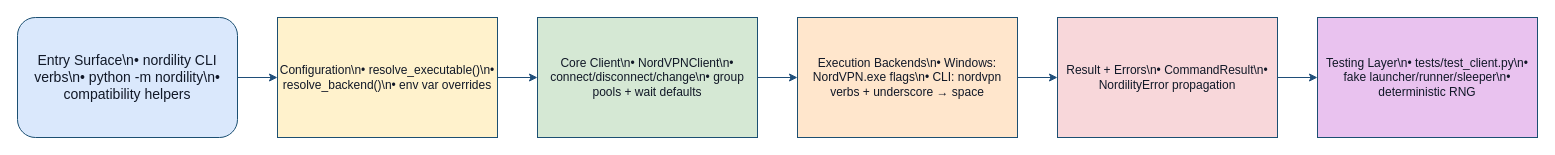
This is docs/diagrams/repo-architecture.drawio from casonk/nordility, a draw.io file, before an edit. Source tidied: cells renumbered, new cells numbered last; positions are measured from the earlier drawing's top-left corner, leaving out a move shared by most shapes. Both pictures are drawn from the tidied source at 100%, with x=0, y=0 at pixel (17, 17).
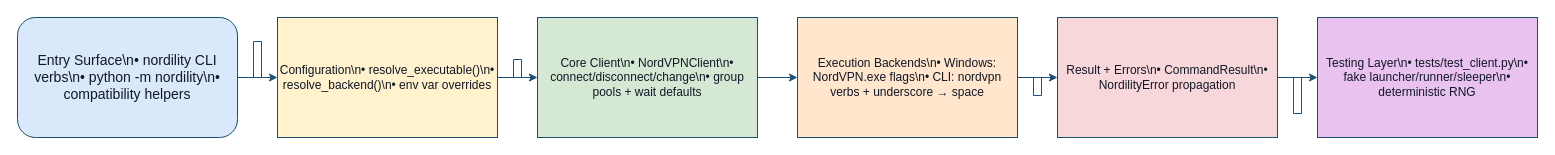
The same page after the edit.

Commit message (it also covers changes not shown here):
fix: refresh drawio architecture routes

The change refers to these unchanged cells:
```xml
<mxCell id="2" value="Entry Surface\n• nordility CLI verbs\n• python -m nordility\n• compatibility helpers" style="rounded=1;whiteSpace=wrap;html=1;fillColor=#DAE8FC;strokeColor=#1B4F72;fontColor=#111827;fontSize=14;" parent="1" vertex="1">
  <mxGeometry width="220" height="120" as="geometry" />
</mxCell>
<mxCell id="3" value="Configuration\n• resolve_executable()\n• resolve_backend()\n• env var overrides" style="rounded=0;whiteSpace=wrap;html=1;fillColor=#FFF2CC;strokeColor=#1B4F72;fontColor=#111827;fontSize=12;" parent="1" vertex="1">
  <mxGeometry x="260" width="220" height="120" as="geometry" />
</mxCell>
<mxCell id="4" value="Core Client\n• NordVPNClient\n• connect/disconnect/change\n• group pools + wait defaults" style="rounded=0;whiteSpace=wrap;html=1;fillColor=#D5E8D4;strokeColor=#1B4F72;fontColor=#111827;fontSize=12;" parent="1" vertex="1">
  <mxGeometry x="520" width="220" height="120" as="geometry" />
</mxCell>
<mxCell id="5" value="Execution Backends\n• Windows: NordVPN.exe flags\n• CLI: nordvpn verbs + underscore → space" style="rounded=0;whiteSpace=wrap;html=1;fillColor=#FFE6CC;strokeColor=#1B4F72;fontColor=#111827;fontSize=12;" parent="1" vertex="1">
  <mxGeometry x="780" width="220" height="120" as="geometry" />
</mxCell>
<mxCell id="6" value="Result + Errors\n• CommandResult\n• NordilityError propagation" style="rounded=0;whiteSpace=wrap;html=1;fillColor=#F8D7DA;strokeColor=#1B4F72;fontColor=#111827;fontSize=12;" parent="1" vertex="1">
  <mxGeometry x="1040" width="220" height="120" as="geometry" />
</mxCell>
<mxCell id="7" value="Testing Layer\n• tests/test_client.py\n• fake launcher/runner/sleeper\n• deterministic RNG" style="rounded=0;whiteSpace=wrap;html=1;fillColor=#E9C2EF;strokeColor=#1B4F72;fontColor=#111827;fontSize=12;" parent="1" vertex="1">
  <mxGeometry x="1300" width="220" height="120" as="geometry" />
</mxCell>
```

The edit, as a diff of the source:
```diff
@@
-    <mxCell id="8" style="edgeStyle=orthogonalEdgeStyle;rounded=0;jettySize=auto;html=1;strokeColor=#1F4E79;" parent="1" edge="1" source="2" target="3">
-      <mxGeometry relative="1" as="geometry" />
+    <mxCell id="8" style="edgeStyle=orthogonalEdgeStyle;rounded=0;jettySize=auto;html=1;strokeColor=#1F4E79;jumpStyle=arc;jumpSize=10;" parent="1" edge="1" source="2" target="3">
+      <mxGeometry relative="1" as="geometry">
+        <Array as="points">
+          <mxPoint x="244" y="60" />
+          <mxPoint x="244" y="24" />
+          <mxPoint x="236" y="24" />
+          <mxPoint x="236" y="60" />
+        </Array>
+      </mxGeometry>
     </mxCell>
-    <mxCell id="9" style="edgeStyle=orthogonalEdgeStyle;rounded=0;jettySize=auto;html=1;strokeColor=#1F4E79;" parent="1" edge="1" source="3" target="4">
-      <mxGeometry relative="1" as="geometry" />
+    <mxCell id="9" style="edgeStyle=orthogonalEdgeStyle;rounded=0;jettySize=auto;html=1;strokeColor=#1F4E79;jumpStyle=arc;jumpSize=10;" parent="1" edge="1" source="3" target="4">
+      <mxGeometry relative="1" as="geometry">
+        <Array as="points">
+          <mxPoint x="504" y="60" />
+          <mxPoint x="504" y="42" />
+          <mxPoint x="496" y="42" />
+          <mxPoint x="496" y="60" />
+        </Array>
+      </mxGeometry>
     </mxCell>
-    <mxCell id="10" style="edgeStyle=orthogonalEdgeStyle;rounded=0;jettySize=auto;html=1;strokeColor=#1F4E79;" parent="1" edge="1" source="4" target="5">
-      <mxGeometry relative="1" as="geometry" />
+    <mxCell id="10" style="edgeStyle=orthogonalEdgeStyle;rounded=0;jettySize=auto;html=1;strokeColor=#1F4E79;jumpStyle=arc;jumpSize=10;" parent="1" edge="1" source="4" target="5">
+      <mxGeometry relative="1" as="geometry">
+        <Array as="points">
+          <mxPoint x="764" y="60" />
+          <mxPoint x="756" y="60" />
+        </Array>
+      </mxGeometry>
     </mxCell>
-    <mxCell id="11" style="edgeStyle=orthogonalEdgeStyle;rounded=0;jettySize=auto;html=1;strokeColor=#1F4E79;" parent="1" edge="1" source="5" target="6">
-      <mxGeometry relative="1" as="geometry" />
+    <mxCell id="11" style="edgeStyle=orthogonalEdgeStyle;rounded=0;jettySize=auto;html=1;strokeColor=#1F4E79;jumpStyle=arc;jumpSize=10;" parent="1" edge="1" source="5" target="6">
+      <mxGeometry relative="1" as="geometry">
+        <Array as="points">
+          <mxPoint x="1024" y="60" />
+          <mxPoint x="1024" y="78" />
+          <mxPoint x="1016" y="78" />
+          <mxPoint x="1016" y="60" />
+        </Array>
+      </mxGeometry>
     </mxCell>
-    <mxCell id="12" style="edgeStyle=orthogonalEdgeStyle;rounded=0;jettySize=auto;html=1;strokeColor=#1F4E79;" parent="1" edge="1" source="6" target="7">
-      <mxGeometry relative="1" as="geometry" />
+    <mxCell id="12" style="edgeStyle=orthogonalEdgeStyle;rounded=0;jettySize=auto;html=1;strokeColor=#1F4E79;jumpStyle=arc;jumpSize=10;" parent="1" edge="1" source="6" target="7">
+      <mxGeometry relative="1" as="geometry">
+        <Array as="points">
+          <mxPoint x="1284" y="60" />
+          <mxPoint x="1284" y="96" />
+          <mxPoint x="1276" y="96" />
+          <mxPoint x="1276" y="60" />
+        </Array>
+      </mxGeometry>
     </mxCell>
```
